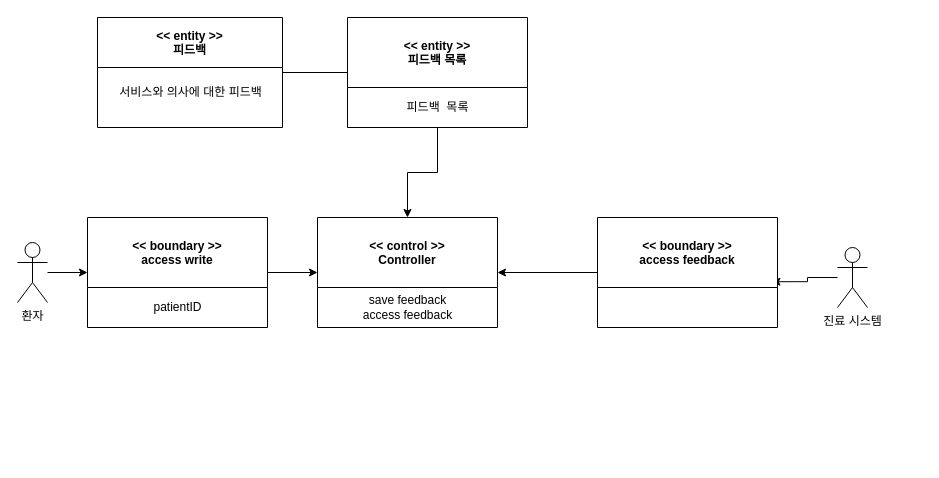
The draw.io diagram patient/02.domainmodel/domain model-UC5.drawio in yhb1834/Smart-Health-Prediction-System, before the edit. Source tidied: cells renumbered, new cells numbered last; positions are measured from the earlier drawing's top-left corner, leaving out a move shared by most shapes. Both pictures are drawn from the tidied source at 100%, with x=0, y=0 at pixel (17, 17). Pictures stored in the file or linked from it are replaced by grey dashed boxes.
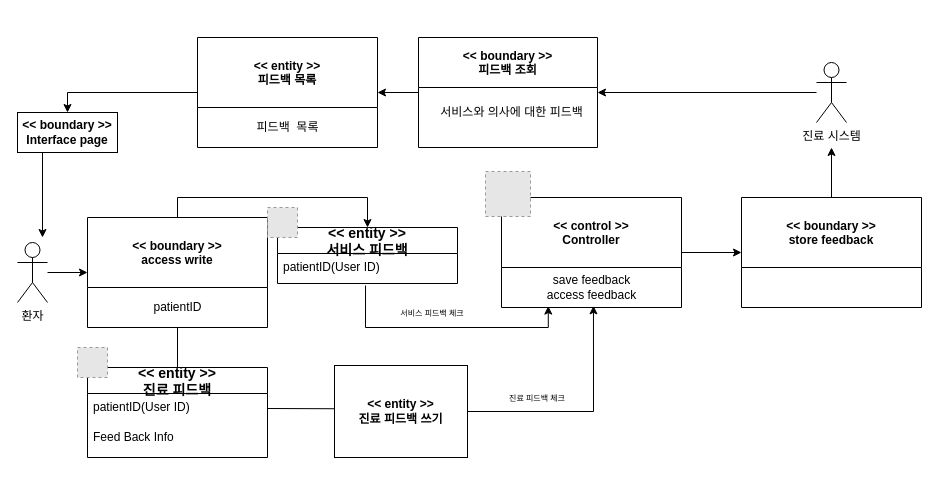
The same page after the edit.

The change refers to these unchanged cells:
```xml
<mxCell id="13" value="&lt;&lt; boundary &gt;&gt;&#10;access write" style="swimlane;startSize=70;" parent="1" vertex="1">
  <mxGeometry x="70" y="200" width="180" height="110" as="geometry" />
</mxCell>
<mxCell id="18" value="save feedback&lt;br&gt;access feedback" style="text;html=1;align=center;verticalAlign=middle;points=[];strokeColor=none;" parent="17" vertex="1">
  <mxGeometry x="35" y="75" width="110" height="30" as="geometry" />
</mxCell>
```

Change to the diagram source:
```diff
@@
-    <mxCell id="2" style="edgeStyle=orthogonalEdgeStyle;rounded=0;jettySize=auto;html=1;endArrow=none;endFill=0;entryX=0;entryY=0.5;entryDx=0;entryDy=0;exitX=1;exitY=0.5;exitDx=0;exitDy=0;" parent="1" edge="1" source="10" target="8">
-      <mxGeometry relative="1" as="geometry" />
-    </mxCell>
-    <mxCell id="3" style="edgeStyle=orthogonalEdgeStyle;rounded=0;jettySize=auto;html=1;entryX=0.969;entryY=0.584;entryDx=0;entryDy=0;entryPerimeter=0;" parent="1" edge="1" source="4" target="16">
-      <mxGeometry relative="1" as="geometry" />
-    </mxCell>
+    <mxCell id="19" style="edgeStyle=orthogonalEdgeStyle;rounded=0;jettySize=auto;html=1;entryX=1;entryY=0.5;entryDx=0;entryDy=0;" parent="1" edge="1" source="4" target="10">
+      <mxGeometry relative="1" as="geometry" />
+    </mxCell>
     <mxCell id="4" value="진료 시스템" style="shape=umlActor;verticalLabelPosition=bottom;verticalAlign=top;html=1;outlineConnect=0;" parent="1" vertex="1">
-      <mxGeometry x="820" y="230" width="30" height="60" as="geometry" />
+      <mxGeometry x="799" y="45" width="30" height="60" as="geometry" />
     </mxCell>
@@
-    <mxCell id="7" style="edgeStyle=orthogonalEdgeStyle;rounded=0;jettySize=auto;html=1;exitX=0.5;exitY=1;exitDx=0;exitDy=0;entryX=0.5;entryY=0;entryDx=0;entryDy=0;" parent="1" edge="1" source="8" target="17">
-      <mxGeometry relative="1" as="geometry" />
-    </mxCell>
+    <mxCell id="20" style="edgeStyle=orthogonalEdgeStyle;rounded=0;jettySize=auto;html=1;entryX=0.5;entryY=0;entryDx=0;entryDy=0;" parent="1" edge="1" source="8" target="32">
+      <mxGeometry relative="1" as="geometry" />
+    </mxCell>
     <mxCell id="8" value="&lt;&lt; entity &gt;&gt;&#10;피드백 목록" style="swimlane;startSize=70;" parent="1" vertex="1">
-      <mxGeometry x="330" width="180" height="110" as="geometry" />
+      <mxGeometry x="180" y="20" width="180" height="110" as="geometry" />
     </mxCell>
@@
+    <mxCell id="2" style="edgeStyle=orthogonalEdgeStyle;rounded=0;jettySize=auto;html=1;entryX=1;entryY=0.5;entryDx=0;entryDy=0;" parent="1" edge="1" source="10" target="8">
+      <mxGeometry relative="1" as="geometry" />
+    </mxCell>
-    <mxCell id="10" value="&lt;&lt; entity &gt;&gt;&#10;피드백" style="swimlane;startSize=50;" parent="1" vertex="1">
-      <mxGeometry x="80" width="185" height="110" as="geometry" />
+    <mxCell id="10" value="&lt;&lt; boundary &gt;&gt;&#10;피드백 조회" style="swimlane;startSize=50;" parent="1" vertex="1">
+      <mxGeometry x="401" y="20" width="179" height="110" as="geometry" />
     </mxCell>
@@
-    <mxCell id="12" style="edgeStyle=orthogonalEdgeStyle;rounded=0;jettySize=auto;html=1;exitX=1;exitY=0.5;exitDx=0;exitDy=0;" parent="1" edge="1" source="13" target="17">
-      <mxGeometry relative="1" as="geometry" />
-    </mxCell>
+    <mxCell id="21" style="edgeStyle=orthogonalEdgeStyle;rounded=0;jettySize=auto;html=1;entryX=0.5;entryY=0;entryDx=0;entryDy=0;exitX=0.5;exitY=0;exitDx=0;exitDy=0;" parent="1" edge="1" source="13" target="35">
+      <mxGeometry relative="1" as="geometry" />
+    </mxCell>
@@
-    <mxCell id="15" style="edgeStyle=orthogonalEdgeStyle;rounded=0;jettySize=auto;html=1;exitX=0;exitY=0.5;exitDx=0;exitDy=0;entryX=1;entryY=0.5;entryDx=0;entryDy=0;" parent="1" edge="1" source="16" target="17">
-      <mxGeometry relative="1" as="geometry" />
-    </mxCell>
+    <mxCell id="22" style="edgeStyle=orthogonalEdgeStyle;rounded=0;jettySize=auto;html=1;" parent="1" edge="1" source="16">
+      <mxGeometry relative="1" as="geometry">
+        <mxPoint x="814" y="130" as="targetPoint" />
+      </mxGeometry>
+    </mxCell>
-    <mxCell id="16" value="&lt;&lt; boundary &gt;&gt;&#10;access feedback" style="swimlane;startSize=70;" parent="1" vertex="1">
-      <mxGeometry x="580" y="200" width="180" height="110" as="geometry" />
+    <mxCell id="16" value="&lt;&lt; boundary &gt;&gt;&#10;store feedback" style="swimlane;startSize=70;" parent="1" vertex="1">
+      <mxGeometry x="724" y="180" width="180" height="110" as="geometry" />
     </mxCell>
+    <mxCell id="23" style="edgeStyle=orthogonalEdgeStyle;rounded=0;jettySize=auto;html=1;" parent="1" edge="1" source="17" target="16">
+      <mxGeometry relative="1" as="geometry" />
+    </mxCell>
     <mxCell id="17" value="&lt;&lt; control &gt;&gt;&#10;Controller" style="swimlane;startSize=70;" parent="1" vertex="1">
-      <mxGeometry x="300" y="200" width="180" height="110" as="geometry" />
+      <mxGeometry x="484" y="180" width="180" height="110" as="geometry" />
     </mxCell>
@@
+    <mxCell id="24" style="edgeStyle=orthogonalEdgeStyle;rounded=0;jettySize=auto;html=1;entryX=0.518;entryY=1.111;entryDx=0;entryDy=0;entryPerimeter=0;exitX=1;exitY=0.5;exitDx=0;exitDy=0;" parent="1" edge="1" source="25" target="18">
+      <mxGeometry relative="1" as="geometry" />
+    </mxCell>
+    <mxCell id="25" value="&lt;span style=&quot;font-weight: 700&quot;&gt;&amp;lt;&amp;lt; entity &amp;gt;&amp;gt;&lt;/span&gt;&lt;br style=&quot;padding: 0px ; margin: 0px ; font-weight: 700&quot;&gt;&lt;span style=&quot;font-weight: 700&quot;&gt;진료 피드백 쓰기&lt;/span&gt;" style="rounded=0;whiteSpace=wrap;html=1;" parent="1" vertex="1">
+      <mxGeometry x="317" y="348" width="133" height="92" as="geometry" />
+    </mxCell>
+    <mxCell id="26" value="&lt;&lt; entity &gt;&gt;&#10;진료 피드백" style="swimlane;fontStyle=1;horizontal=1;startSize=26;align=center;fontSize=14;" parent="1" vertex="1">
+      <mxGeometry x="70" y="350" width="180" height="90" as="geometry" />
+    </mxCell>
+    <mxCell id="27" value="patientID(User ID)" style="text;strokeColor=none;fillColor=none;spacingLeft=4;spacingRight=4;overflow=hidden;points=[[0,0.5],[1,0.5]];portConstraint=eastwest;fontSize=12;" parent="26" vertex="1">
+      <mxGeometry y="26" width="180" height="30" as="geometry" />
+    </mxCell>
+    <mxCell id="28" value="Feed Back Info" style="text;strokeColor=none;fillColor=none;spacingLeft=4;spacingRight=4;overflow=hidden;fontSize=12;" parent="26" vertex="1">
+      <mxGeometry y="56" width="180" height="34" as="geometry" />
+    </mxCell>
+    <mxCell id="29" style="endArrow=none;html=1;entryX=0.5;entryY=1;entryDx=0;entryDy=0;exitX=0.5;exitY=0;exitDx=0;exitDy=0;" parent="1" edge="1" source="26" target="13">
+      <mxGeometry relative="1" as="geometry" />
+    </mxCell>
+    <mxCell id="30" style="endArrow=none;html=1;exitX=1;exitY=0.5;exitDx=0;exitDy=0;entryX=0.001;entryY=0.47;entryDx=0;entryDy=0;entryPerimeter=0;" parent="1" edge="1" source="27" target="25">
+      <mxGeometry relative="1" as="geometry" />
+    </mxCell>
+    <mxCell id="31" style="edgeStyle=orthogonalEdgeStyle;rounded=0;jettySize=auto;html=1;exitX=0.25;exitY=1;exitDx=0;exitDy=0;" parent="1" edge="1" source="32">
+      <mxGeometry relative="1" as="geometry">
+        <mxPoint x="25" y="220" as="targetPoint" />
+      </mxGeometry>
+    </mxCell>
+    <mxCell id="32" value="&lt;span style=&quot;font-weight: 700&quot;&gt;&amp;lt;&amp;lt; boundary &amp;gt;&amp;gt;&lt;/span&gt;&lt;br style=&quot;padding: 0px ; margin: 0px ; font-weight: 700&quot;&gt;&lt;span style=&quot;font-weight: 700&quot;&gt;Interface page&lt;/span&gt;" style="whiteSpace=wrap;html=1;align=center;" parent="1" vertex="1">
+      <mxGeometry y="95" width="100" height="40" as="geometry" />
+    </mxCell>
+    <mxCell id="33" value="&lt;font style=&quot;font-size: 8px&quot;&gt;서비스&amp;nbsp;피드백 체크&lt;/font&gt;" style="text;html=1;strokeColor=none;fillColor=none;align=center;verticalAlign=middle;whiteSpace=wrap;rounded=0;" parent="1" vertex="1">
+      <mxGeometry x="365" y="285" width="100" height="20" as="geometry" />
+    </mxCell>
+    <mxCell id="34" value="&lt;font style=&quot;font-size: 8px&quot;&gt;진료 피드백 체크&lt;/font&gt;" style="text;html=1;strokeColor=none;fillColor=none;align=center;verticalAlign=middle;whiteSpace=wrap;rounded=0;" parent="1" vertex="1">
+      <mxGeometry x="470" y="370" width="100" height="20" as="geometry" />
+    </mxCell>
+    <mxCell id="35" value="&lt;&lt; entity &gt;&gt;&#10;서비스 피드백" style="swimlane;fontStyle=1;horizontal=1;startSize=26;align=center;fontSize=14;" parent="1" vertex="1">
+      <mxGeometry x="260" y="210" width="180" height="56" as="geometry" />
+    </mxCell>
+    <mxCell id="36" value="patientID(User ID)" style="text;strokeColor=none;fillColor=none;spacingLeft=4;spacingRight=4;overflow=hidden;points=[[0,0.5],[1,0.5]];portConstraint=eastwest;fontSize=12;" parent="35" vertex="1">
+      <mxGeometry y="26" width="180" height="30" as="geometry" />
+    </mxCell>
+    <mxCell id="37" style="edgeStyle=orthogonalEdgeStyle;rounded=0;jettySize=auto;html=1;exitX=0.489;exitY=1.069;exitDx=0;exitDy=0;exitPerimeter=0;entryX=0.107;entryY=1.12;entryDx=0;entryDy=0;entryPerimeter=0;" parent="1" edge="1" source="36" target="18">
+      <mxGeometry relative="1" as="geometry">
+        <Array as="points">
+          <mxPoint x="348" y="310" />
+          <mxPoint x="531" y="310" />
+        </Array>
+      </mxGeometry>
+    </mxCell>
+    <mxCell id="38" style="fillColor=#E6E6E6;strokeColor=#999999;dashed=1;html=1;verticalAlign=top;verticalLabelPosition=bottom;labelBackgroundColor=#ffffff;" parent="1" vertex="1">
+      <mxGeometry x="468" y="154" width="45" height="45" as="geometry" />
+    </mxCell>
+    <mxCell id="39" style="fillColor=#E6E6E6;strokeColor=#999999;dashed=1;html=1;verticalAlign=top;verticalLabelPosition=bottom;labelBackgroundColor=#ffffff;" parent="1" vertex="1">
+      <mxGeometry x="60" y="330" width="30" height="30" as="geometry" />
+    </mxCell>
+    <mxCell id="40" style="fillColor=#E6E6E6;strokeColor=#999999;dashed=1;html=1;verticalAlign=top;verticalLabelPosition=bottom;labelBackgroundColor=#ffffff;" parent="1" vertex="1">
+      <mxGeometry x="250" y="190" width="30" height="30" as="geometry" />
+    </mxCell>
```
